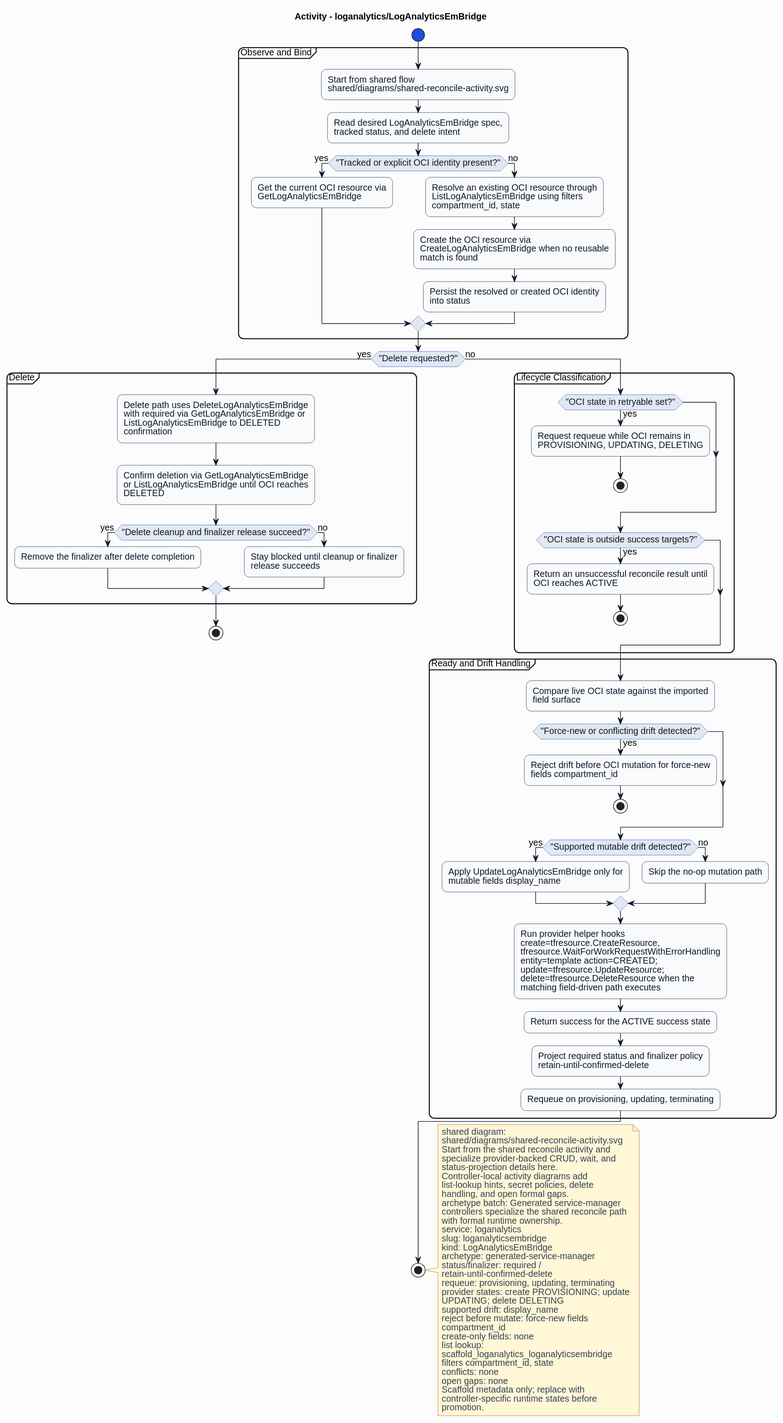
Above: formal/controllers/loganalytics/loganalyticsembridge/diagrams/activity.svg in HaoyL666/oci-service-operator (PlantUML), before the change. Its diagram source:
```plantuml
@startuml
skinparam shadowing false
skinparam backgroundColor #fcfcfd
skinparam defaultFontName Helvetica
skinparam defaultFontSize 14
skinparam arrowColor #0f172a
skinparam noteBackgroundColor #fff7d6
skinparam noteBorderColor #b45309
skinparam noteFontColor #334155
skinparam roundcorner 16
title Activity - loganalytics/LogAnalyticsEmBridge
skinparam activity {
  backgroundColor #f8fafc
  borderColor #0f172a
  fontColor #0f172a
  diamondBackgroundColor #e2e8f0
  diamondBorderColor #1d4ed8
  diamondFontColor #0f172a
  startColor #1d4ed8
  endColor #0f172a
  barColor #1d4ed8
}
start
partition "Observe and Bind" {
:Start from shared flow\nshared/diagrams/shared-reconcile-activity.svg;
:Read desired LogAnalyticsEmBridge spec,\ntracked status, and delete intent;
if ("Tracked or explicit OCI identity present?") then (yes)
:Get the current OCI resource via\nGetLogAnalyticsEmBridge;
else (no)
:Resolve an existing OCI resource through\nListLogAnalyticsEmBridge using filters\ncompartment_id, state;
:Create the OCI resource via\nCreateLogAnalyticsEmBridge when no reusable\nmatch is found;
:Persist the resolved or created OCI identity\ninto status;
endif
}
if ("Delete requested?") then (yes)
partition "Delete" {
:Delete path uses DeleteLogAnalyticsEmBridge\nwith required via GetLogAnalyticsEmBridge or\nListLogAnalyticsEmBridge to DELETED\nconfirmation;
:Confirm deletion via GetLogAnalyticsEmBridge\nor ListLogAnalyticsEmBridge until OCI reaches\nDELETED;
if ("Delete cleanup and finalizer release succeed?") then (yes)
:Remove the finalizer after delete completion;
else (no)
:Stay blocked until cleanup or finalizer\nrelease succeeds;
endif
}
stop
else (no)
partition "Lifecycle Classification" {
if ("OCI state in retryable set?") then (yes)
:Request requeue while OCI remains in\nPROVISIONING, UPDATING, DELETING;
stop
endif
if ("OCI state is outside success targets?") then (yes)
:Return an unsuccessful reconcile result until\nOCI reaches ACTIVE;
stop
endif
}
partition "Ready and Drift Handling" {
:Compare live OCI state against the imported\nfield surface;
if ("Force-new or conflicting drift detected?") then (yes)
:Reject drift before OCI mutation for force-new\nfields compartment_id;
stop
endif
if ("Supported mutable drift detected?") then (yes)
:Apply UpdateLogAnalyticsEmBridge only for\nmutable fields display_name;
else (no)
:Skip the no-op mutation path;
endif
:Run provider helper hooks\ncreate=tfresource.CreateResource,\ntfresource.WaitForWorkRequestWithErrorHandling\nentity=template action=CREATED;\nupdate=tfresource.UpdateResource;\ndelete=tfresource.DeleteResource when the\nmatching field-driven path executes;
:Return success for the ACTIVE success state;
:Project required status and finalizer policy\nretain-until-confirmed-delete;
:Requeue on provisioning, updating, terminating;
}
endif
stop
note right
shared diagram:
shared/diagrams/shared-reconcile-activity.svg
Start from the shared reconcile activity and
specialize provider-backed CRUD, wait, and
status-projection details here.
Controller-local activity diagrams add
list-lookup hints, secret policies, delete
handling, and open formal gaps.
archetype batch: Generated service-manager
controllers specialize the shared reconcile path
with formal runtime ownership.
service: loganalytics
slug: loganalyticsembridge
kind: LogAnalyticsEmBridge
archetype: generated-service-manager
status/finalizer: required /
retain-until-confirmed-delete
requeue: provisioning, updating, terminating
provider states: create PROVISIONING; update
UPDATING; delete DELETING
supported drift: display_name
reject before mutate: force-new fields
compartment_id
create-only fields: none
list lookup:
scaffold_loganalytics_loganalyticsembridge
filters compartment_id, state
conflicts: none
open gaps: none
Scaffold metadata only; replace with
controller-specific runtime states before
promotion.
end note
@enduml
```
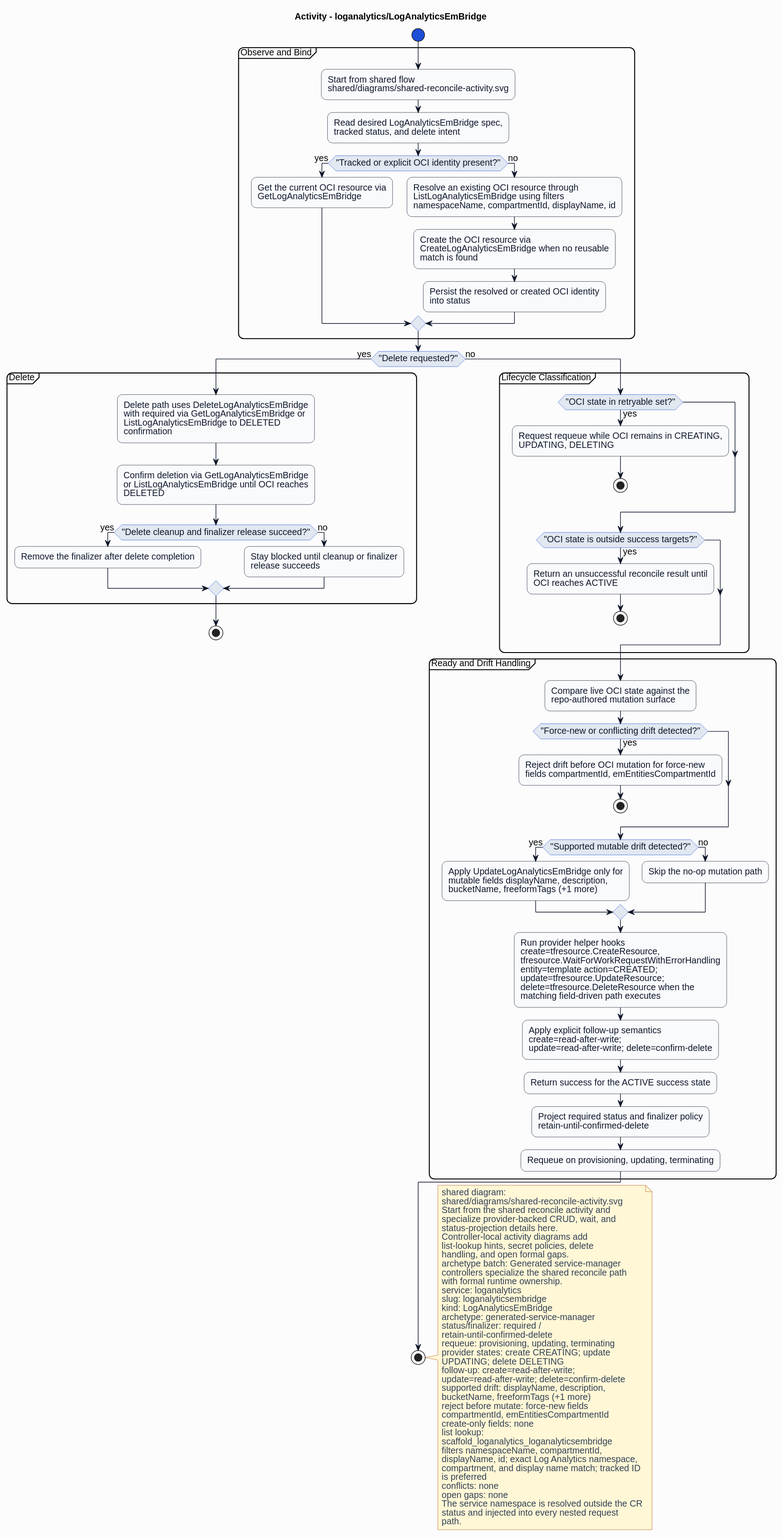
After the commit.

Change to the diagram source:
```diff
@@ -27,7 +27,7 @@
 if ("Tracked or explicit OCI identity present?") then (yes)
 :Get the current OCI resource via\nGetLogAnalyticsEmBridge;
 else (no)
-:Resolve an existing OCI resource through\nListLogAnalyticsEmBridge using filters\ncompartment_id, state;
+:Resolve an existing OCI resource through\nListLogAnalyticsEmBridge using filters\nnamespaceName, compartmentId, displayName, id;
 :Create the OCI resource via\nCreateLogAnalyticsEmBridge when no reusable\nmatch is found;
 :Persist the resolved or created OCI identity\ninto status;
 endif
@@ -46,7 +46,7 @@
 else (no)
 partition "Lifecycle Classification" {
 if ("OCI state in retryable set?") then (yes)
-:Request requeue while OCI remains in\nPROVISIONING, UPDATING, DELETING;
+:Request requeue while OCI remains in CREATING,\nUPDATING, DELETING;
 stop
 endif
 if ("OCI state is outside success targets?") then (yes)
@@ -55,17 +55,18 @@
 endif
 }
 partition "Ready and Drift Handling" {
-:Compare live OCI state against the imported\nfield surface;
+:Compare live OCI state against the\nrepo-authored mutation surface;
 if ("Force-new or conflicting drift detected?") then (yes)
-:Reject drift before OCI mutation for force-new\nfields compartment_id;
+:Reject drift before OCI mutation for force-new\nfields compartmentId, emEntitiesCompartmentId;
 stop
 endif
 if ("Supported mutable drift detected?") then (yes)
-:Apply UpdateLogAnalyticsEmBridge only for\nmutable fields display_name;
+:Apply UpdateLogAnalyticsEmBridge only for\nmutable fields displayName, description,\nbucketName, freeformTags (+1 more);
 else (no)
 :Skip the no-op mutation path;
 endif
 :Run provider helper hooks\ncreate=tfresource.CreateResource,\ntfresource.WaitForWorkRequestWithErrorHandling\nentity=template action=CREATED;\nupdate=tfresource.UpdateResource;\ndelete=tfresource.DeleteResource when the\nmatching field-driven path executes;
+:Apply explicit follow-up semantics\ncreate=read-after-write;\nupdate=read-after-write; delete=confirm-delete;
 :Return success for the ACTIVE success state;
 :Project required status and finalizer policy\nretain-until-confirmed-delete;
 :Requeue on provisioning, updating, terminating;
@@ -91,19 +92,25 @@
 status/finalizer: required /
 retain-until-confirmed-delete
 requeue: provisioning, updating, terminating
-provider states: create PROVISIONING; update
+provider states: create CREATING; update
 UPDATING; delete DELETING
-supported drift: display_name
+follow-up: create=read-after-write;
+update=read-after-write; delete=confirm-delete
+supported drift: displayName, description,
+bucketName, freeformTags (+1 more)
 reject before mutate: force-new fields
-compartment_id
+compartmentId, emEntitiesCompartmentId
 create-only fields: none
 list lookup:
 scaffold_loganalytics_loganalyticsembridge
-filters compartment_id, state
+filters namespaceName, compartmentId,
+displayName, id; exact Log Analytics namespace,
+compartment, and display name match; tracked ID
+is preferred
 conflicts: none
 open gaps: none
-Scaffold metadata only; replace with
-controller-specific runtime states before
-promotion.
+The service namespace is resolved outside the CR
+status and injected into every nested request
+path.
 end note
 @enduml
```
